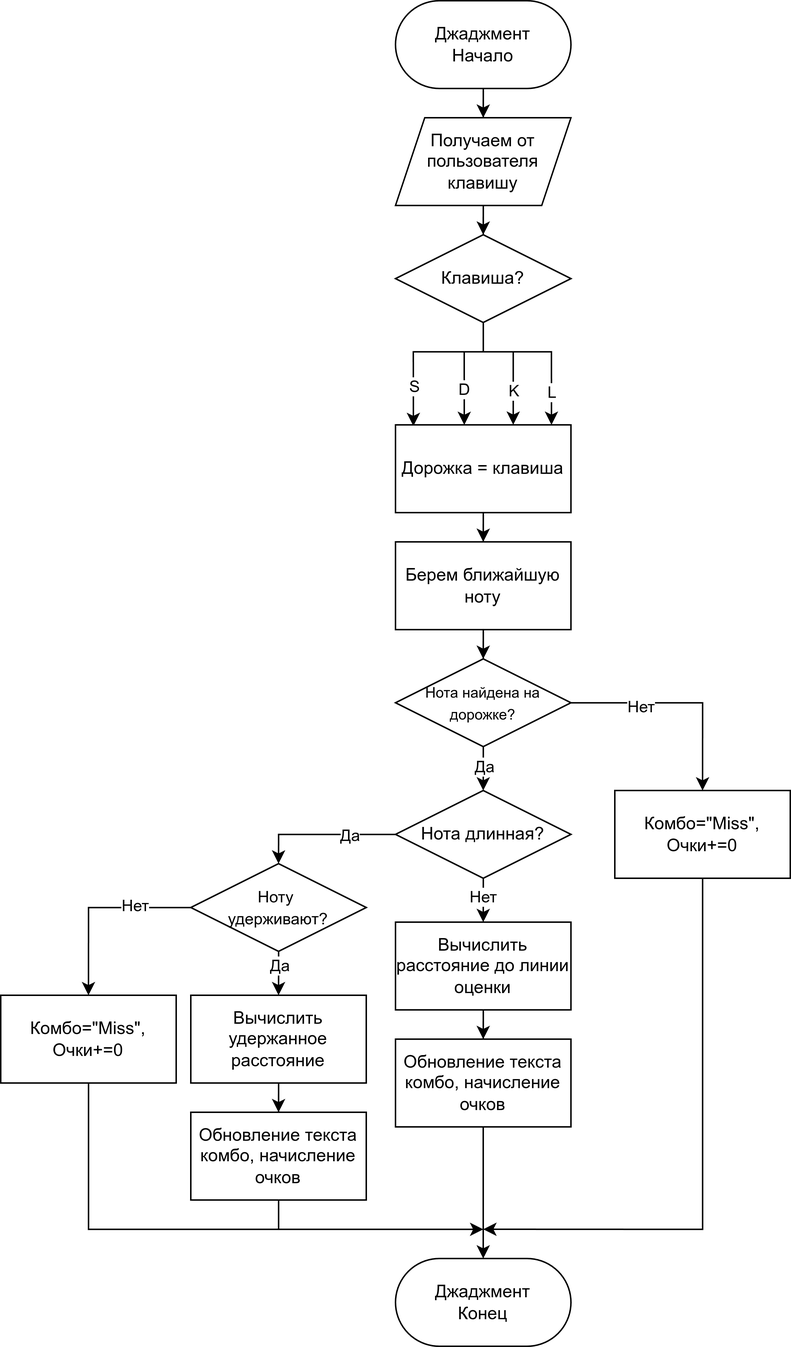
The draw.io diagram project/drawio/Джаджмент.drawio.png in bruress/Cuppa, before a commit. Source tidied: cells renumbered, new cells last; positions are measured from the earlier drawing's top-left corner, leaving out a move shared by most shapes.
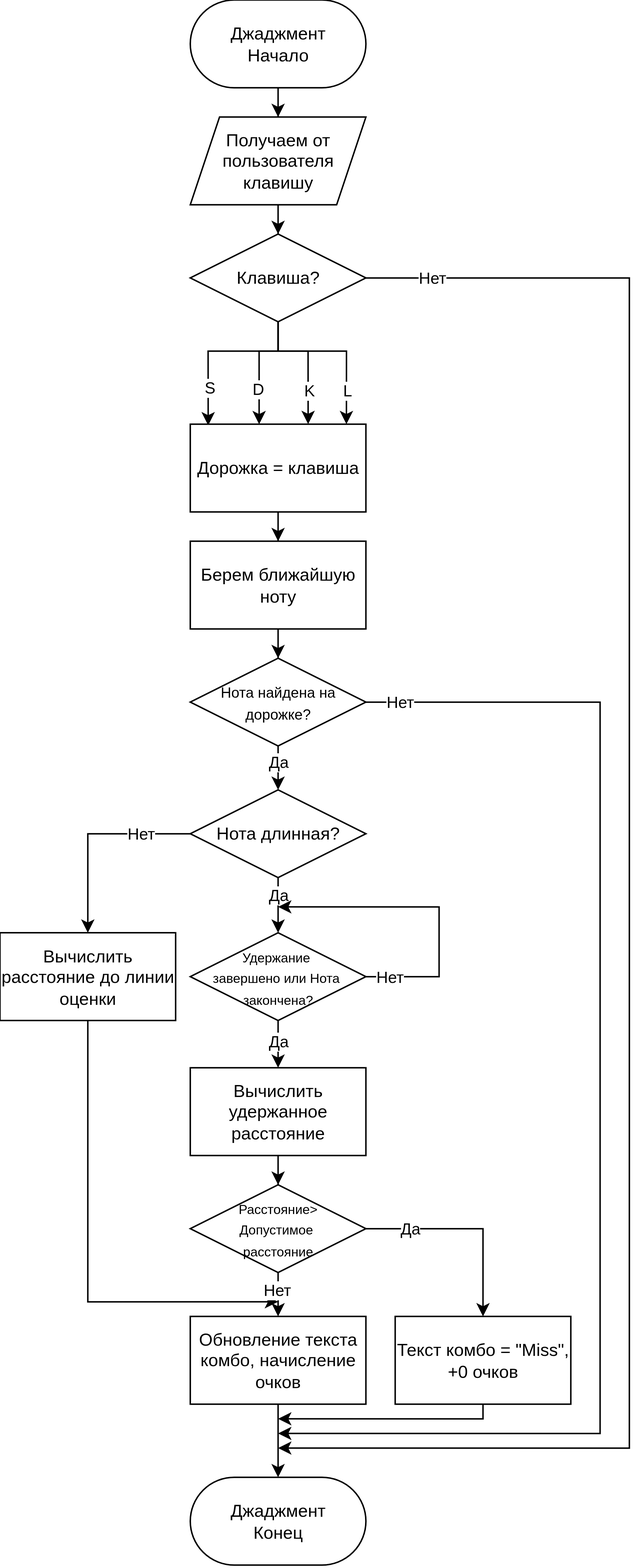
The same diagram one commit later.

The edit, as a diff of the source:
```diff
@@ -20,30 +20,44 @@
     <mxCell id="7" value="Берем ближайшую ноту" style="rounded=0;whiteSpace=wrap;html=1;" parent="1" vertex="1">
       <mxGeometry x="270" y="370" width="120" height="60" as="geometry" />
     </mxCell>
-    <mxCell id="8" style="edgeStyle=orthogonalEdgeStyle;rounded=0;jettySize=auto;html=1;entryX=0.102;entryY=0.014;entryDx=0;entryDy=0;entryPerimeter=0;" parent="1" edge="1" source="12" target="14">
-      <mxGeometry relative="1" as="geometry">
-        <Array as="points">
-          <mxPoint x="330" y="240" />
-          <mxPoint x="282" y="240" />
-        </Array>
-      </mxGeometry>
-    </mxCell>
+    <mxCell id="47" style="edgeStyle=orthogonalEdgeStyle;rounded=0;jettySize=auto;html=1;entryX=0.102;entryY=0.014;entryDx=0;entryDy=0;entryPerimeter=0;" parent="1" edge="1" source="12" target="14">
+      <mxGeometry relative="1" as="geometry">
+        <Array as="points">
+          <mxPoint x="330" y="240" />
+          <mxPoint x="282" y="240" />
+        </Array>
+      </mxGeometry>
+    </mxCell>
-    <mxCell id="9" value="S" style="edgeLabel;html=1;align=center;verticalAlign=middle;" parent="8" vertex="1">
+    <mxCell id="9" value="S" style="edgeLabel;html=1;align=center;verticalAlign=middle;" parent="47" vertex="1">
       <mxGeometry x="0.55" relative="1" as="geometry" />
     </mxCell>
-    <mxCell id="10" style="edgeStyle=orthogonalEdgeStyle;rounded=0;jettySize=auto;html=1;entryX=0.392;entryY=0.001;entryDx=0;entryDy=0;entryPerimeter=0;" parent="1" edge="1" source="12" target="14">
-      <mxGeometry relative="1" as="geometry">
-        <Array as="points">
-          <mxPoint x="330" y="240" />
-          <mxPoint x="317" y="240" />
-        </Array>
-      </mxGeometry>
-    </mxCell>
+    <mxCell id="48" style="edgeStyle=orthogonalEdgeStyle;rounded=0;jettySize=auto;html=1;entryX=0.392;entryY=0.001;entryDx=0;entryDy=0;entryPerimeter=0;" parent="1" edge="1" source="12" target="14">
+      <mxGeometry relative="1" as="geometry">
+        <Array as="points">
+          <mxPoint x="330" y="240" />
+          <mxPoint x="317" y="240" />
+        </Array>
+      </mxGeometry>
+    </mxCell>
-    <mxCell id="11" value="D" style="edgeLabel;html=1;align=center;verticalAlign=middle;" parent="10" vertex="1">
+    <mxCell id="11" value="D" style="edgeLabel;html=1;align=center;verticalAlign=middle;" parent="48" vertex="1">
       <mxGeometry x="0.31" y="-1" relative="1" as="geometry">
         <mxPoint y="4" as="offset" />
       </mxGeometry>
     </mxCell>
+    <mxCell id="49" style="edgeStyle=orthogonalEdgeStyle;rounded=0;jettySize=auto;html=1;" parent="1" edge="1" source="12">
+      <mxGeometry relative="1" as="geometry">
+        <mxPoint x="330" y="990" as="targetPoint" />
+        <Array as="points">
+          <mxPoint x="570" y="190" />
+          <mxPoint x="570" y="990" />
+        </Array>
+      </mxGeometry>
+    </mxCell>
+    <mxCell id="50" value="Нет" style="edgeLabel;html=1;align=center;verticalAlign=middle;" parent="49" vertex="1">
+      <mxGeometry x="-0.91" y="-3" relative="1" as="geometry">
+        <mxPoint x="-11" y="-3" as="offset" />
+      </mxGeometry>
+    </mxCell>
     <mxCell id="12" value="Клавиша?" style="rhombus;whiteSpace=wrap;html=1;" parent="1" vertex="1">
       <mxGeometry x="270" y="160" width="120" height="60" as="geometry" />
     </mxCell>
@@ -53,140 +67,155 @@
     <mxCell id="14" value="Дорожка = клавиша" style="rounded=0;whiteSpace=wrap;html=1;" parent="1" vertex="1">
       <mxGeometry x="270" y="290" width="120" height="60" as="geometry" />
     </mxCell>
-    <mxCell id="15" style="edgeStyle=orthogonalEdgeStyle;rounded=0;jettySize=auto;html=1;entryX=0.5;entryY=0;entryDx=0;entryDy=0;" parent="1" edge="1" source="19" target="26">
-      <mxGeometry relative="1" as="geometry" />
-    </mxCell>
-    <mxCell id="16" value="Да" style="edgeLabel;html=1;align=center;verticalAlign=middle;" parent="15" vertex="1">
-      <mxGeometry x="0.31" y="2" relative="1" as="geometry">
-        <mxPoint x="-2" as="offset" />
-      </mxGeometry>
-    </mxCell>
-    <mxCell id="17" style="edgeStyle=orthogonalEdgeStyle;rounded=0;jettySize=auto;html=1;entryX=0.5;entryY=0;entryDx=0;entryDy=0;" parent="1" edge="1" source="19" target="41">
-      <mxGeometry relative="1" as="geometry" />
-    </mxCell>
-    <mxCell id="18" value="Нет" style="edgeLabel;html=1;align=center;verticalAlign=middle;" parent="17" vertex="1">
-      <mxGeometry x="-0.38" y="-2" relative="1" as="geometry" />
-    </mxCell>
+    <mxCell id="51" style="edgeStyle=orthogonalEdgeStyle;rounded=0;jettySize=auto;html=1;" parent="1" edge="1" source="19">
+      <mxGeometry relative="1" as="geometry">
+        <mxPoint x="330" y="980" as="targetPoint" />
+        <Array as="points">
+          <mxPoint x="550" y="480" />
+          <mxPoint x="550" y="980" />
+        </Array>
+      </mxGeometry>
+    </mxCell>
+    <mxCell id="52" value="Нет" style="edgeLabel;html=1;align=center;verticalAlign=middle;" parent="51" vertex="1">
+      <mxGeometry x="-0.94" y="3" relative="1" as="geometry">
+        <mxPoint x="-3" y="3" as="offset" />
+      </mxGeometry>
+    </mxCell>
     <mxCell id="19" value="&lt;font style=&quot;font-size: 10px;&quot;&gt;Нота найдена на дорожке?&lt;/font&gt;" style="rhombus;whiteSpace=wrap;html=1;" parent="1" vertex="1">
       <mxGeometry x="270" y="450" width="120" height="60" as="geometry" />
     </mxCell>
-    <mxCell id="20" style="edgeStyle=orthogonalEdgeStyle;rounded=0;jettySize=auto;html=1;entryX=0.5;entryY=0;entryDx=0;entryDy=0;" parent="1" edge="1" source="21">
-      <mxGeometry relative="1" as="geometry">
-        <mxPoint x="330" y="710" as="targetPoint" />
-      </mxGeometry>
-    </mxCell>
+    <mxCell id="53" style="edgeStyle=orthogonalEdgeStyle;rounded=0;jettySize=auto;html=1;" parent="1" edge="1" source="21">
+      <mxGeometry relative="1" as="geometry">
+        <mxPoint x="330" y="890" as="targetPoint" />
+        <Array as="points">
+          <mxPoint x="200" y="890" />
+        </Array>
+      </mxGeometry>
+    </mxCell>
     <mxCell id="21" value="Вычислить расстояние до линии оценки" style="rounded=0;whiteSpace=wrap;html=1;" parent="1" vertex="1">
-      <mxGeometry x="270" y="630" width="120" height="60" as="geometry" />
+      <mxGeometry x="140" y="637.7" width="120" height="60" as="geometry" />
     </mxCell>
     <mxCell id="22" style="edgeStyle=orthogonalEdgeStyle;rounded=0;jettySize=auto;html=1;entryX=0.5;entryY=0;entryDx=0;entryDy=0;" parent="1" edge="1" source="26" target="21">
       <mxGeometry relative="1" as="geometry" />
     </mxCell>
-    <mxCell id="23" value="Нет" style="edgeLabel;html=1;align=center;verticalAlign=middle;" parent="22" vertex="1">
-      <mxGeometry x="0.3" y="-1" relative="1" as="geometry" />
-    </mxCell>
-    <mxCell id="24" style="edgeStyle=orthogonalEdgeStyle;rounded=0;jettySize=auto;html=1;entryX=0.5;entryY=0;entryDx=0;entryDy=0;" parent="1" edge="1" source="26" target="31">
-      <mxGeometry relative="1" as="geometry" />
-    </mxCell>
-    <mxCell id="25" value="Да" style="edgeLabel;html=1;align=center;verticalAlign=middle;" parent="24" vertex="1">
-      <mxGeometry x="-0.13" y="-4" relative="1" as="geometry">
-        <mxPoint x="12" y="4" as="offset" />
-      </mxGeometry>
-    </mxCell>
+    <mxCell id="54" value="Нет" style="edgeLabel;html=1;align=center;verticalAlign=middle;" parent="22" vertex="1">
+      <mxGeometry x="-0.5" y="2" relative="1" as="geometry">
+        <mxPoint y="-2" as="offset" />
+      </mxGeometry>
+    </mxCell>
     <mxCell id="26" value="Нота длинная?" style="rhombus;whiteSpace=wrap;html=1;" parent="1" vertex="1">
       <mxGeometry x="270" y="540" width="120" height="60" as="geometry" />
     </mxCell>
-    <mxCell id="27" style="edgeStyle=orthogonalEdgeStyle;rounded=0;jettySize=auto;html=1;entryX=0.5;entryY=0;entryDx=0;entryDy=0;" parent="1" edge="1" source="31" target="33">
-      <mxGeometry relative="1" as="geometry" />
-    </mxCell>
-    <mxCell id="28" value="Да" style="edgeLabel;html=1;align=center;verticalAlign=middle;" parent="27" vertex="1">
-      <mxGeometry x="0.32" relative="1" as="geometry">
-        <mxPoint y="-3" as="offset" />
-      </mxGeometry>
-    </mxCell>
-    <mxCell id="29" style="edgeStyle=orthogonalEdgeStyle;rounded=0;jettySize=auto;html=1;entryX=0.5;entryY=0;entryDx=0;entryDy=0;" parent="1" edge="1" source="31" target="43">
-      <mxGeometry relative="1" as="geometry" />
-    </mxCell>
-    <mxCell id="30" value="Нет" style="edgeLabel;html=1;align=center;verticalAlign=middle;" parent="29" vertex="1">
-      <mxGeometry x="-0.4" y="-2" relative="1" as="geometry" />
-    </mxCell>
-    <mxCell id="31" value="&lt;font style=&quot;font-size: 11px;&quot;&gt;Ноту&amp;nbsp;&lt;/font&gt;&lt;div&gt;&lt;font style=&quot;font-size: 11px;&quot;&gt;удерживают?&lt;/font&gt;&lt;/div&gt;" style="rhombus;whiteSpace=wrap;html=1;" parent="1" vertex="1">
-      <mxGeometry x="130" y="590" width="120" height="60" as="geometry" />
-    </mxCell>
-    <mxCell id="32" style="edgeStyle=orthogonalEdgeStyle;rounded=0;jettySize=auto;html=1;entryX=0.5;entryY=0;entryDx=0;entryDy=0;" parent="1" edge="1" source="33" target="45">
-      <mxGeometry relative="1" as="geometry" />
-    </mxCell>
+    <mxCell id="55" style="edgeStyle=orthogonalEdgeStyle;rounded=0;jettySize=auto;html=1;entryX=0.889;entryY=0;entryDx=0;entryDy=0;entryPerimeter=0;" parent="1" edge="1" source="12" target="14">
+      <mxGeometry relative="1" as="geometry">
+        <Array as="points">
+          <mxPoint x="330" y="240" />
+          <mxPoint x="377" y="240" />
+        </Array>
+      </mxGeometry>
+    </mxCell>
+    <mxCell id="35" value="L" style="edgeLabel;html=1;align=center;verticalAlign=middle;" parent="55" vertex="1">
+      <mxGeometry x="0.55" y="1" relative="1" as="geometry">
+        <mxPoint x="-1" y="3" as="offset" />
+      </mxGeometry>
+    </mxCell>
+    <mxCell id="56" style="edgeStyle=orthogonalEdgeStyle;rounded=0;jettySize=auto;html=1;entryX=0.671;entryY=-0.001;entryDx=0;entryDy=0;entryPerimeter=0;" parent="1" edge="1" source="12" target="14">
+      <mxGeometry relative="1" as="geometry">
+        <Array as="points">
+          <mxPoint x="330" y="240" />
+          <mxPoint x="351" y="240" />
+        </Array>
+      </mxGeometry>
+    </mxCell>
+    <mxCell id="37" value="K" style="edgeLabel;html=1;align=center;verticalAlign=middle;" parent="56" vertex="1">
+      <mxGeometry x="0.44" relative="1" as="geometry">
+        <mxPoint y="2" as="offset" />
+      </mxGeometry>
+    </mxCell>
+    <mxCell id="57" style="edgeStyle=orthogonalEdgeStyle;rounded=0;jettySize=auto;html=1;" parent="1" edge="1" source="58">
+      <mxGeometry relative="1" as="geometry">
+        <mxPoint x="330" y="1010" as="targetPoint" />
+      </mxGeometry>
+    </mxCell>
+    <mxCell id="58" value="Обновление текста комбо, начисление очков" style="rounded=0;whiteSpace=wrap;html=1;" parent="1" vertex="1">
+      <mxGeometry x="270" y="900" width="120" height="60" as="geometry" />
+    </mxCell>
+    <mxCell id="46" value="&lt;div&gt;Джаджмент&lt;/div&gt;Конец" style="rounded=1;whiteSpace=wrap;html=1;arcSize=50;" parent="1" vertex="1">
+      <mxGeometry x="270" y="1010" width="120" height="60" as="geometry" />
+    </mxCell>
+    <mxCell id="59" style="edgeStyle=orthogonalEdgeStyle;rounded=0;orthogonalLoop=1;jettySize=auto;html=1;" parent="1" edge="1">
+      <mxGeometry relative="1" as="geometry">
+        <mxPoint x="330" y="510" as="sourcePoint" />
+        <mxPoint x="330" y="540" as="targetPoint" />
+      </mxGeometry>
+    </mxCell>
+    <mxCell id="60" value="Да" style="edgeLabel;html=1;align=center;verticalAlign=middle;" parent="59" vertex="1">
+      <mxGeometry x="0.41" y="-1" relative="1" as="geometry">
+        <mxPoint x="1" y="-11" as="offset" />
+      </mxGeometry>
+    </mxCell>
+    <mxCell id="61" style="edgeStyle=orthogonalEdgeStyle;rounded=0;jettySize=auto;html=1;entryX=0.5;entryY=0;entryDx=0;entryDy=0;exitX=0.5;exitY=1;exitDx=0;exitDy=0;" parent="1" edge="1" source="26" target="65">
+      <mxGeometry relative="1" as="geometry" />
+    </mxCell>
+    <mxCell id="62" value="Да" style="edgeLabel;html=1;align=center;verticalAlign=middle;" parent="61" vertex="1">
+      <mxGeometry x="-0.64" relative="1" as="geometry">
+        <mxPoint y="5" as="offset" />
+      </mxGeometry>
+    </mxCell>
+    <mxCell id="63" style="edgeStyle=orthogonalEdgeStyle;rounded=0;jettySize=auto;html=1;" parent="1" edge="1" source="65">
+      <mxGeometry relative="1" as="geometry">
+        <mxPoint x="330" y="620" as="targetPoint" />
+        <Array as="points">
+          <mxPoint x="440" y="668" />
+          <mxPoint x="440" y="620" />
+        </Array>
+      </mxGeometry>
+    </mxCell>
+    <mxCell id="64" value="Нет" style="edgeLabel;html=1;align=center;verticalAlign=middle;" parent="63" vertex="1">
+      <mxGeometry x="-0.85" relative="1" as="geometry" />
+    </mxCell>
+    <mxCell id="65" value="&lt;font style=&quot;font-size: 9px;&quot;&gt;Удержание&amp;nbsp;&lt;/font&gt;&lt;div&gt;&lt;font style=&quot;font-size: 9px;&quot;&gt;завершено&amp;nbsp;&lt;/font&gt;&lt;span style=&quot;font-size: 9px; background-color: transparent; color: light-dark(rgb(0, 0, 0), rgb(255, 255, 255));&quot;&gt;или Нота&amp;nbsp;&lt;/span&gt;&lt;div&gt;&lt;font style=&quot;font-size: 9px;&quot;&gt;закончена?&lt;/font&gt;&lt;/div&gt;&lt;/div&gt;" style="rhombus;whiteSpace=wrap;html=1;" parent="1" vertex="1">
+      <mxGeometry x="270" y="637.7" width="120" height="60" as="geometry" />
+    </mxCell>
+    <mxCell id="66" style="edgeStyle=orthogonalEdgeStyle;rounded=0;jettySize=auto;html=1;entryX=0.5;entryY=0;entryDx=0;entryDy=0;" parent="1" edge="1" source="33" target="73">
+      <mxGeometry relative="1" as="geometry" />
+    </mxCell>
     <mxCell id="33" value="Вычислить удержанное расстояние" style="rounded=0;whiteSpace=wrap;html=1;" parent="1" vertex="1">
-      <mxGeometry x="130" y="680" width="120" height="60" as="geometry" />
+      <mxGeometry x="270" y="730" width="120" height="60" as="geometry" />
     </mxCell>
-    <mxCell id="34" style="edgeStyle=orthogonalEdgeStyle;rounded=0;jettySize=auto;html=1;entryX=0.889;entryY=0;entryDx=0;entryDy=0;entryPerimeter=0;" parent="1" edge="1" source="12" target="14">
-      <mxGeometry relative="1" as="geometry">
-        <Array as="points">
-          <mxPoint x="330" y="240" />
-          <mxPoint x="377" y="240" />
-        </Array>
-      </mxGeometry>
-    </mxCell>
-    <mxCell id="35" value="L" style="edgeLabel;html=1;align=center;verticalAlign=middle;" parent="34" vertex="1">
-      <mxGeometry x="0.55" y="1" relative="1" as="geometry">
-        <mxPoint x="-1" y="3" as="offset" />
-      </mxGeometry>
-    </mxCell>
-    <mxCell id="36" style="edgeStyle=orthogonalEdgeStyle;rounded=0;jettySize=auto;html=1;entryX=0.671;entryY=-0.001;entryDx=0;entryDy=0;entryPerimeter=0;" parent="1" edge="1" source="12" target="14">
-      <mxGeometry relative="1" as="geometry">
-        <Array as="points">
-          <mxPoint x="330" y="240" />
-          <mxPoint x="351" y="240" />
-        </Array>
-      </mxGeometry>
-    </mxCell>
-    <mxCell id="37" value="K" style="edgeLabel;html=1;align=center;verticalAlign=middle;" parent="36" vertex="1">
-      <mxGeometry x="0.44" relative="1" as="geometry">
-        <mxPoint y="2" as="offset" />
-      </mxGeometry>
-    </mxCell>
-    <mxCell id="38" style="edgeStyle=orthogonalEdgeStyle;rounded=0;jettySize=auto;html=1;entryX=0.5;entryY=0;entryDx=0;entryDy=0;" parent="1" edge="1" source="39" target="46">
-      <mxGeometry relative="1" as="geometry" />
-    </mxCell>
-    <mxCell id="39" value="Обновление текста комбо, начисление очков" style="rounded=0;whiteSpace=wrap;html=1;" parent="1" vertex="1">
-      <mxGeometry x="270" y="710" width="120" height="60" as="geometry" />
-    </mxCell>
-    <mxCell id="40" style="edgeStyle=orthogonalEdgeStyle;rounded=0;jettySize=auto;html=1;" parent="1" edge="1" source="41">
-      <mxGeometry relative="1" as="geometry">
-        <mxPoint x="330" y="840" as="targetPoint" />
-        <Array as="points">
-          <mxPoint x="480" y="840" />
-        </Array>
-      </mxGeometry>
-    </mxCell>
-    <mxCell id="41" value="Комбо=&quot;Miss&quot;,&lt;br&gt;Очки+=0" style="rounded=0;whiteSpace=wrap;html=1;" parent="1" vertex="1">
-      <mxGeometry x="420" y="540" width="120" height="60" as="geometry" />
-    </mxCell>
-    <mxCell id="42" style="edgeStyle=orthogonalEdgeStyle;rounded=0;jettySize=auto;html=1;" parent="1" edge="1" source="43">
-      <mxGeometry relative="1" as="geometry">
-        <mxPoint x="330" y="840" as="targetPoint" />
-        <Array as="points">
-          <mxPoint x="60" y="840" />
-          <mxPoint x="330" y="840" />
-        </Array>
-      </mxGeometry>
-    </mxCell>
-    <mxCell id="43" value="Комбо=&quot;Miss&quot;,&lt;br&gt;Очки+=0" style="rounded=0;whiteSpace=wrap;html=1;" parent="1" vertex="1">
-      <mxGeometry y="680" width="120" height="60" as="geometry" />
-    </mxCell>
-    <mxCell id="44" style="edgeStyle=orthogonalEdgeStyle;rounded=0;jettySize=auto;html=1;" parent="1" edge="1" source="45">
-      <mxGeometry relative="1" as="geometry">
-        <mxPoint x="330" y="840" as="targetPoint" />
-        <Array as="points">
-          <mxPoint x="190" y="840" />
-          <mxPoint x="330" y="840" />
-        </Array>
-      </mxGeometry>
-    </mxCell>
-    <mxCell id="45" value="Обновление текста комбо, начисление очков" style="rounded=0;whiteSpace=wrap;html=1;" parent="1" vertex="1">
-      <mxGeometry x="130" y="760" width="120" height="60" as="geometry" />
-    </mxCell>
-    <mxCell id="46" value="&lt;div&gt;Джаджмент&lt;/div&gt;Конец" style="rounded=1;whiteSpace=wrap;html=1;arcSize=50;" parent="1" vertex="1">
-      <mxGeometry x="270" y="860" width="120" height="60" as="geometry" />
-    </mxCell>
+    <mxCell id="67" style="edgeStyle=orthogonalEdgeStyle;rounded=0;jettySize=auto;html=1;entryX=0.5;entryY=0;entryDx=0;entryDy=0;" parent="1" edge="1" source="65" target="33">
+      <mxGeometry relative="1" as="geometry" />
+    </mxCell>
+    <mxCell id="68" value="Да" style="edgeLabel;html=1;align=center;verticalAlign=middle;" parent="67" vertex="1">
+      <mxGeometry x="0.21" relative="1" as="geometry" />
+    </mxCell>
+    <mxCell id="69" style="edgeStyle=orthogonalEdgeStyle;rounded=0;jettySize=auto;html=1;entryX=0.5;entryY=0;entryDx=0;entryDy=0;" parent="1" edge="1" source="73" target="58">
+      <mxGeometry relative="1" as="geometry" />
+    </mxCell>
+    <mxCell id="70" value="Нет" style="edgeLabel;html=1;align=center;verticalAlign=middle;" parent="69" vertex="1">
+      <mxGeometry x="0.27" y="-1" relative="1" as="geometry" />
+    </mxCell>
+    <mxCell id="71" style="edgeStyle=orthogonalEdgeStyle;rounded=0;jettySize=auto;html=1;entryX=0.5;entryY=0;entryDx=0;entryDy=0;" parent="1" edge="1" source="73" target="75">
+      <mxGeometry relative="1" as="geometry" />
+    </mxCell>
+    <mxCell id="72" value="Да" style="edgeLabel;html=1;align=center;verticalAlign=middle;" parent="71" vertex="1">
+      <mxGeometry x="-0.58" y="1" relative="1" as="geometry">
+        <mxPoint y="1" as="offset" />
+      </mxGeometry>
+    </mxCell>
+    <mxCell id="73" value="&lt;font style=&quot;font-size: 9px;&quot;&gt;Расстояние&amp;gt;&lt;/font&gt;&lt;div&gt;&lt;span style=&quot;font-size: 9px; background-color: transparent; color: light-dark(rgb(0, 0, 0), rgb(255, 255, 255));&quot;&gt;Допустимое&amp;nbsp;&lt;/span&gt;&lt;/div&gt;&lt;div&gt;&lt;span style=&quot;font-size: 9px; background-color: transparent; color: light-dark(rgb(0, 0, 0), rgb(255, 255, 255));&quot;&gt;расстояние&lt;/span&gt;&lt;/div&gt;" style="rhombus;whiteSpace=wrap;html=1;" parent="1" vertex="1">
+      <mxGeometry x="270" y="810" width="120" height="60" as="geometry" />
+    </mxCell>
+    <mxCell id="74" style="edgeStyle=orthogonalEdgeStyle;rounded=0;jettySize=auto;html=1;" parent="1" edge="1" source="75">
+      <mxGeometry relative="1" as="geometry">
+        <mxPoint x="330" y="970" as="targetPoint" />
+        <Array as="points">
+          <mxPoint x="470" y="970" />
+        </Array>
+      </mxGeometry>
+    </mxCell>
+    <mxCell id="75" value="Текст комбо = &quot;Miss&quot;,&lt;br&gt;&lt;div&gt;+0 очков&lt;/div&gt;" style="rounded=0;whiteSpace=wrap;html=1;" parent="1" vertex="1">
+      <mxGeometry x="410" y="900" width="120" height="60" as="geometry" />
+    </mxCell>
   </root>
 </mxGraphModel>
```
